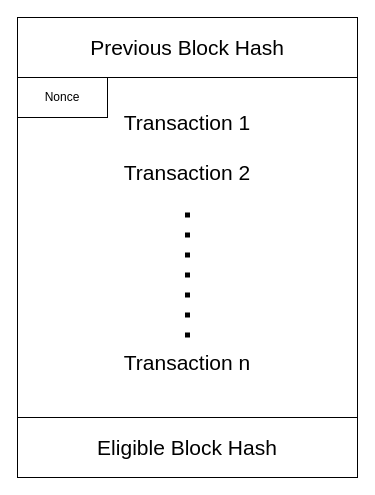
Earlier version of the draw.io diagram Diagrams/Block.drawio (MlgEpicBanana69/dreamveil). Source tidied: cells renumbered, new cells numbered last; positions are measured from the earlier drawing's top-left corner, leaving out a move shared by most shapes. Both pictures are drawn from the tidied source at 100%, with x=0, y=0 at pixel (17, 17).
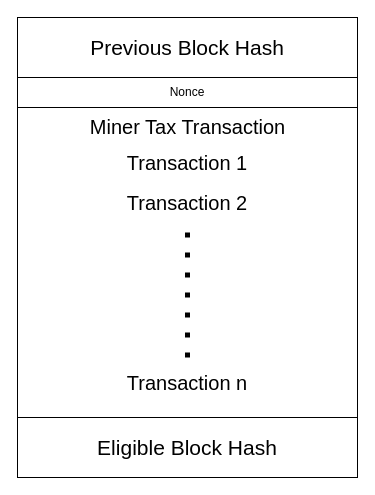
The same diagram, later.

Commit message (it also covers changes not shown here):
Updated dreamveil architecture

The edit, as a diff of the source:
```diff
@@
 <mxGraphModel>
   <root>
     <mxCell id="0" />
     <mxCell id="1" parent="0" />
     <mxCell id="2" style="rounded=0;whiteSpace=wrap;html=1;" parent="1" vertex="1">
       <mxGeometry y="60" width="340" height="340" as="geometry" />
     </mxCell>
     <mxCell id="3" value="Previous Block Hash" style="rounded=0;whiteSpace=wrap;html=1;fontSize=21;" parent="1" vertex="1">
       <mxGeometry width="340" height="60" as="geometry" />
     </mxCell>
     <mxCell id="4" value="Eligible Block Hash" style="rounded=0;whiteSpace=wrap;html=1;fontSize=21;" parent="1" vertex="1">
       <mxGeometry y="400" width="340" height="60" as="geometry" />
     </mxCell>
-    <mxCell id="5" value="Transaction 1" style="text;html=1;strokeColor=none;fillColor=none;align=center;verticalAlign=middle;whiteSpace=wrap;rounded=0;fontSize=21;" parent="1" vertex="1">
-      <mxGeometry x="70" y="80" width="200" height="50" as="geometry" />
+    <mxCell id="5" value="Transaction 1" style="text;html=1;strokeColor=none;fillColor=none;align=center;verticalAlign=middle;whiteSpace=wrap;rounded=0;fontSize=20;" parent="1" vertex="1">
+      <mxGeometry x="70" y="120" width="200" height="50" as="geometry" />
     </mxCell>
-    <mxCell id="6" value="Transaction 2" style="text;html=1;strokeColor=none;fillColor=none;align=center;verticalAlign=middle;whiteSpace=wrap;rounded=0;fontSize=21;" parent="1" vertex="1">
-      <mxGeometry x="70" y="130" width="200" height="50" as="geometry" />
+    <mxCell id="6" value="Transaction 2" style="text;html=1;strokeColor=none;fillColor=none;align=center;verticalAlign=middle;whiteSpace=wrap;rounded=0;fontSize=20;" parent="1" vertex="1">
+      <mxGeometry x="70" y="160" width="200" height="50" as="geometry" />
     </mxCell>
-    <mxCell id="7" value="Transaction n" style="text;html=1;strokeColor=none;fillColor=none;align=center;verticalAlign=middle;whiteSpace=wrap;rounded=0;fontSize=21;" parent="1" vertex="1">
-      <mxGeometry x="70" y="320" width="200" height="50" as="geometry" />
+    <mxCell id="7" value="Transaction n" style="text;html=1;strokeColor=none;fillColor=none;align=center;verticalAlign=middle;whiteSpace=wrap;rounded=0;fontSize=20;" parent="1" vertex="1">
+      <mxGeometry x="70" y="340" width="200" height="50" as="geometry" />
     </mxCell>
-    <mxCell id="8" style="endArrow=none;dashed=1;html=1;dashPattern=1 3;strokeWidth=5;rounded=0;fontSize=21;entryX=0.5;entryY=1;entryDx=0;entryDy=0;exitX=0.5;exitY=0;exitDx=0;exitDy=0;jumpSize=17;jumpStyle=none;endSize=6;" parent="1" edge="1" source="7" target="6">
+    <mxCell id="8" style="endArrow=none;dashed=1;html=1;dashPattern=1 3;strokeWidth=5;rounded=0;fontSize=20;entryX=0.5;entryY=1;entryDx=0;entryDy=0;exitX=0.5;exitY=0;exitDx=0;exitDy=0;jumpSize=17;jumpStyle=none;endSize=6;" parent="1" edge="1" source="7" target="6">
       <mxGeometry relative="1" as="geometry" />
     </mxCell>
     <mxCell id="9" value="Nonce" style="rounded=0;whiteSpace=wrap;html=1;" parent="1" vertex="1">
-      <mxGeometry y="60" width="90" height="40" as="geometry" />
+      <mxGeometry y="60" width="340" height="30" as="geometry" />
     </mxCell>
+    <mxCell id="10" value="Miner Tax Transaction" style="text;html=1;strokeColor=none;fillColor=none;align=center;verticalAlign=middle;whiteSpace=wrap;rounded=0;fontSize=20;" parent="1" vertex="1">
+      <mxGeometry x="47.5" y="91" width="245" height="35" as="geometry" />
+    </mxCell>
   </root>
 </mxGraphModel>
```
